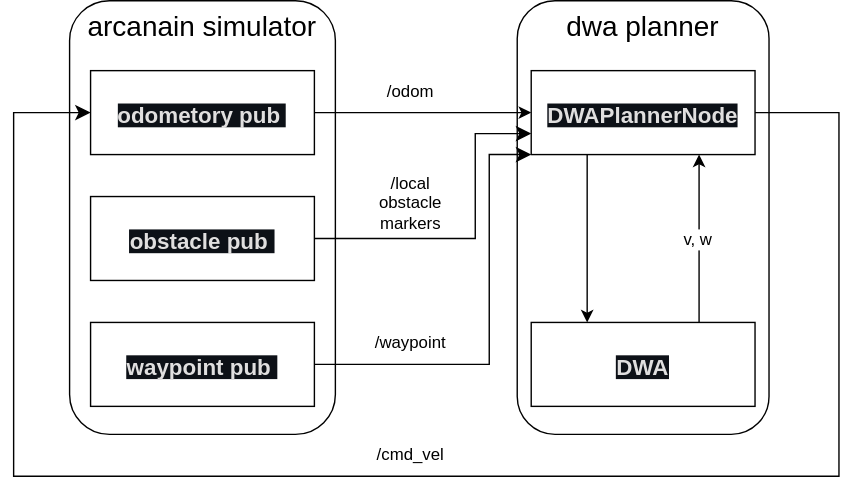
Earlier version of the draw.io export images/system_architecture.svg (Arcanain/dwa_planner). Source tidied: cells renumbered, new cells last; positions are measured from the earlier drawing's top-left corner, leaving out a move shared by most shapes.
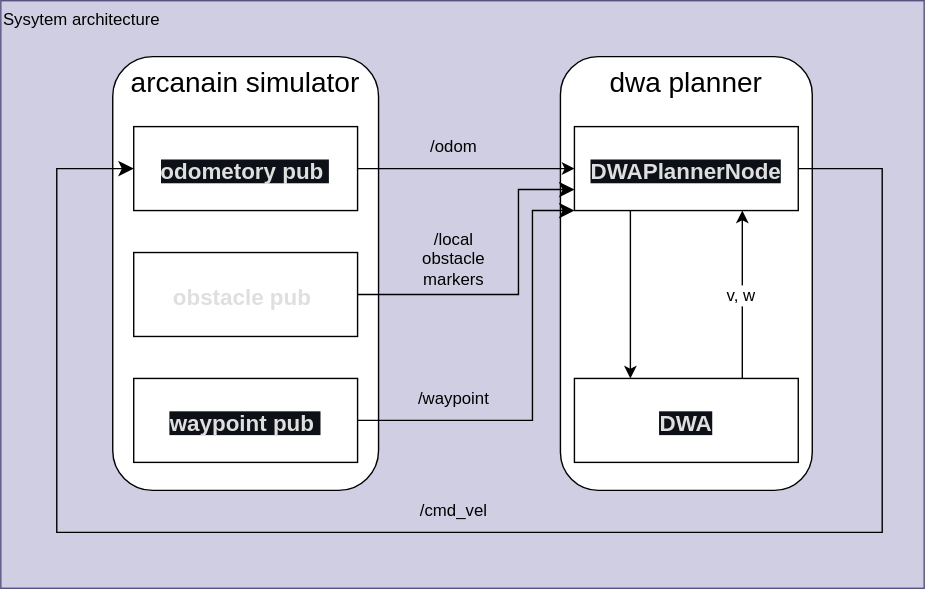
The same diagram one commit later.

Commit message:
[add]system_architecture

Diff of the diagram source:
```diff
@@ -2,10 +2,13 @@
   <root>
     <mxCell id="0" />
     <mxCell id="1" parent="0" />
+    <mxCell id="20" value="&lt;font color=&quot;#000000&quot;&gt;Sysytem architecture&lt;/font&gt;" style="rounded=0;whiteSpace=wrap;html=1;fontSize=12;verticalAlign=top;align=left;labelBackgroundColor=none;fillColor=#d0cee2;strokeColor=#56517e;" parent="1" vertex="1">
+      <mxGeometry x="-40" y="-40" width="660" height="420" as="geometry" />
+    </mxCell>
-    <mxCell id="2" value="&lt;span style=&quot;font-size: 20px;&quot;&gt;arcanain simulator&lt;/span&gt;" style="rounded=1;whiteSpace=wrap;html=1;align=center;verticalAlign=top;" parent="1" vertex="1">
+    <mxCell id="2" value="&lt;span style=&quot;font-size: 20px;&quot;&gt;arcanain simulator&lt;/span&gt;" style="rounded=1;whiteSpace=wrap;html=1;align=center;verticalAlign=top;labelBackgroundColor=default;" parent="1" vertex="1">
       <mxGeometry x="40" width="190" height="310" as="geometry" />
     </mxCell>
-    <mxCell id="3" value="&lt;span style=&quot;font-size: 20px;&quot;&gt;dwa planner&lt;/span&gt;" style="rounded=1;whiteSpace=wrap;html=1;align=center;verticalAlign=top;" parent="1" vertex="1">
+    <mxCell id="3" value="&lt;span style=&quot;font-size: 20px;&quot;&gt;dwa planner&lt;/span&gt;" style="rounded=1;whiteSpace=wrap;html=1;align=center;verticalAlign=top;labelBackgroundColor=default;" parent="1" vertex="1">
       <mxGeometry x="360" width="180" height="310" as="geometry" />
     </mxCell>
     <mxCell id="4" style="edgeStyle=none;html=1;exitX=0.25;exitY=1;exitDx=0;exitDy=0;fontSize=20;entryX=0.25;entryY=0;entryDx=0;entryDy=0;" parent="1" edge="1" source="5" target="6">
@@ -28,7 +31,7 @@
     <mxCell id="9" value="&lt;div style=&quot;text-align: start;&quot;&gt;&lt;font face=&quot;trebuchet ms, verdana, arial, sans-serif&quot; color=&quot;#e0dfdf&quot;&gt;&lt;span style=&quot;font-size: 16px; background-color: rgb(13, 17, 23);&quot;&gt;&lt;b&gt;odometory pub&amp;nbsp;&lt;/b&gt;&lt;/span&gt;&lt;/font&gt;&lt;/div&gt;" style="rounded=0;whiteSpace=wrap;html=1;fontSize=20;" parent="1" vertex="1">
       <mxGeometry x="55" y="50" width="160" height="60" as="geometry" />
     </mxCell>
-    <mxCell id="10" value="&lt;div style=&quot;text-align: start;&quot;&gt;&lt;font face=&quot;trebuchet ms, verdana, arial, sans-serif&quot; color=&quot;#e0dfdf&quot;&gt;&lt;span style=&quot;font-size: 16px; background-color: rgb(13, 17, 23);&quot;&gt;&lt;b&gt;obstacle pub&amp;nbsp;&lt;/b&gt;&lt;/span&gt;&lt;/font&gt;&lt;/div&gt;" style="rounded=0;whiteSpace=wrap;html=1;fontSize=20;" parent="1" vertex="1">
+    <mxCell id="10" value="&lt;div style=&quot;text-align: start;&quot;&gt;&lt;font face=&quot;trebuchet ms, verdana, arial, sans-serif&quot; color=&quot;#e0dfdf&quot;&gt;&lt;span style=&quot;font-size: 16px;&quot;&gt;&lt;b style=&quot;&quot;&gt;obstacle pub&amp;nbsp;&lt;/b&gt;&lt;/span&gt;&lt;/font&gt;&lt;/div&gt;" style="rounded=0;whiteSpace=wrap;html=1;fontSize=20;" parent="1" vertex="1">
       <mxGeometry x="55" y="140" width="160" height="60" as="geometry" />
     </mxCell>
     <mxCell id="11" value="&lt;div style=&quot;text-align: start;&quot;&gt;&lt;font face=&quot;trebuchet ms, verdana, arial, sans-serif&quot; color=&quot;#e0dfdf&quot;&gt;&lt;span style=&quot;font-size: 16px; background-color: rgb(13, 17, 23);&quot;&gt;&lt;b&gt;waypoint pub&amp;nbsp;&lt;/b&gt;&lt;/span&gt;&lt;/font&gt;&lt;/div&gt;" style="rounded=0;whiteSpace=wrap;html=1;fontSize=20;" parent="1" vertex="1">
@@ -51,10 +54,10 @@
         </Array>
       </mxGeometry>
     </mxCell>
-    <mxCell id="15" value="/local obstacle&lt;br style=&quot;font-size: 12px;&quot;&gt;markers" style="text;html=1;strokeColor=none;fillColor=none;align=center;verticalAlign=middle;whiteSpace=wrap;rounded=0;fontSize=12;" parent="1" vertex="1">
+    <mxCell id="15" value="/local obstacle&lt;br style=&quot;font-size: 12px;&quot;&gt;markers" style="text;html=1;strokeColor=none;fillColor=none;align=center;verticalAlign=middle;whiteSpace=wrap;rounded=0;fontSize=12;fontColor=#000000;" parent="1" vertex="1">
       <mxGeometry x="254" y="130" width="60" height="30" as="geometry" />
     </mxCell>
-    <mxCell id="16" value="/waypoint" style="text;html=1;strokeColor=none;fillColor=none;align=center;verticalAlign=middle;whiteSpace=wrap;rounded=0;fontSize=12;" parent="1" vertex="1">
+    <mxCell id="16" value="/waypoint" style="text;html=1;strokeColor=none;fillColor=none;align=center;verticalAlign=middle;whiteSpace=wrap;rounded=0;fontSize=12;fontColor=#000000;" parent="1" vertex="1">
       <mxGeometry x="254" y="230" width="60" height="30" as="geometry" />
     </mxCell>
     <mxCell id="17" style="edgeStyle=segmentEdgeStyle;endArrow=classic;html=1;curved=0;rounded=0;endSize=8;startSize=8;fontSize=12;exitX=1;exitY=0.5;exitDx=0;exitDy=0;entryX=0;entryY=0.5;entryDx=0;entryDy=0;" parent="1" edge="1" source="5" target="9">
@@ -67,10 +70,10 @@
         </Array>
       </mxGeometry>
     </mxCell>
-    <mxCell id="18" value="/cmd_vel" style="text;html=1;strokeColor=none;fillColor=none;align=center;verticalAlign=middle;whiteSpace=wrap;rounded=0;fontSize=12;" parent="1" vertex="1">
+    <mxCell id="18" value="/cmd_vel" style="text;html=1;strokeColor=none;fillColor=none;align=center;verticalAlign=middle;whiteSpace=wrap;rounded=0;fontSize=12;fontColor=#000000;" parent="1" vertex="1">
       <mxGeometry x="254" y="310" width="60" height="30" as="geometry" />
     </mxCell>
-    <mxCell id="19" value="/odom" style="text;html=1;strokeColor=none;fillColor=none;align=center;verticalAlign=middle;whiteSpace=wrap;rounded=0;fontSize=12;" parent="1" vertex="1">
+    <mxCell id="19" value="/odom" style="text;html=1;strokeColor=none;fillColor=none;align=center;verticalAlign=middle;whiteSpace=wrap;rounded=0;fontSize=12;fontColor=#000000;" parent="1" vertex="1">
       <mxGeometry x="254" y="50" width="60" height="30" as="geometry" />
     </mxCell>
   </root>
```
